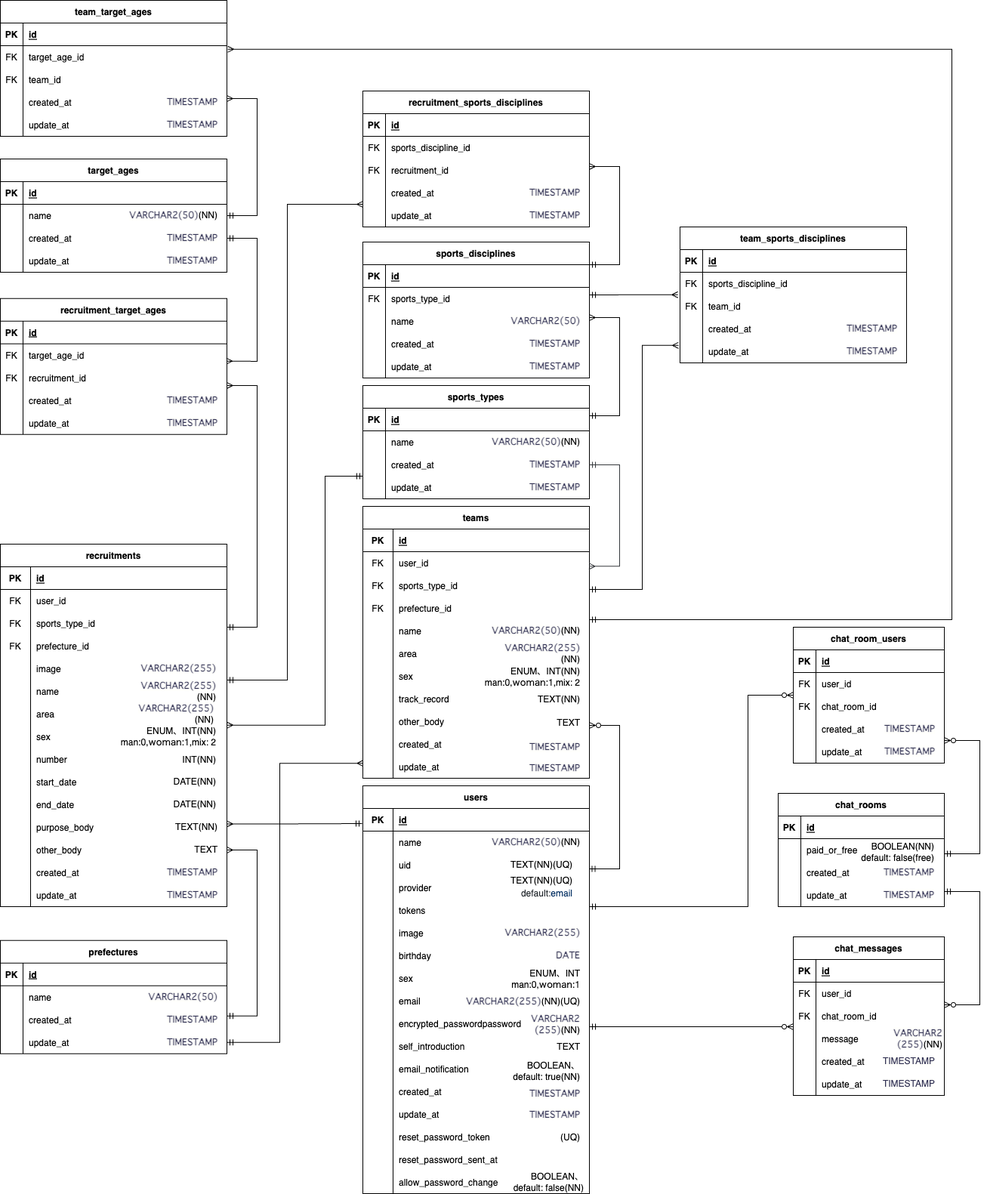
Before: drawing/er図.png, a diagram exported from draw.io (toshinori-m/stay_connect). Source tidied: cells renumbered, new cells last; positions are measured from the earlier drawing's top-left corner, leaving out a move shared by most shapes.
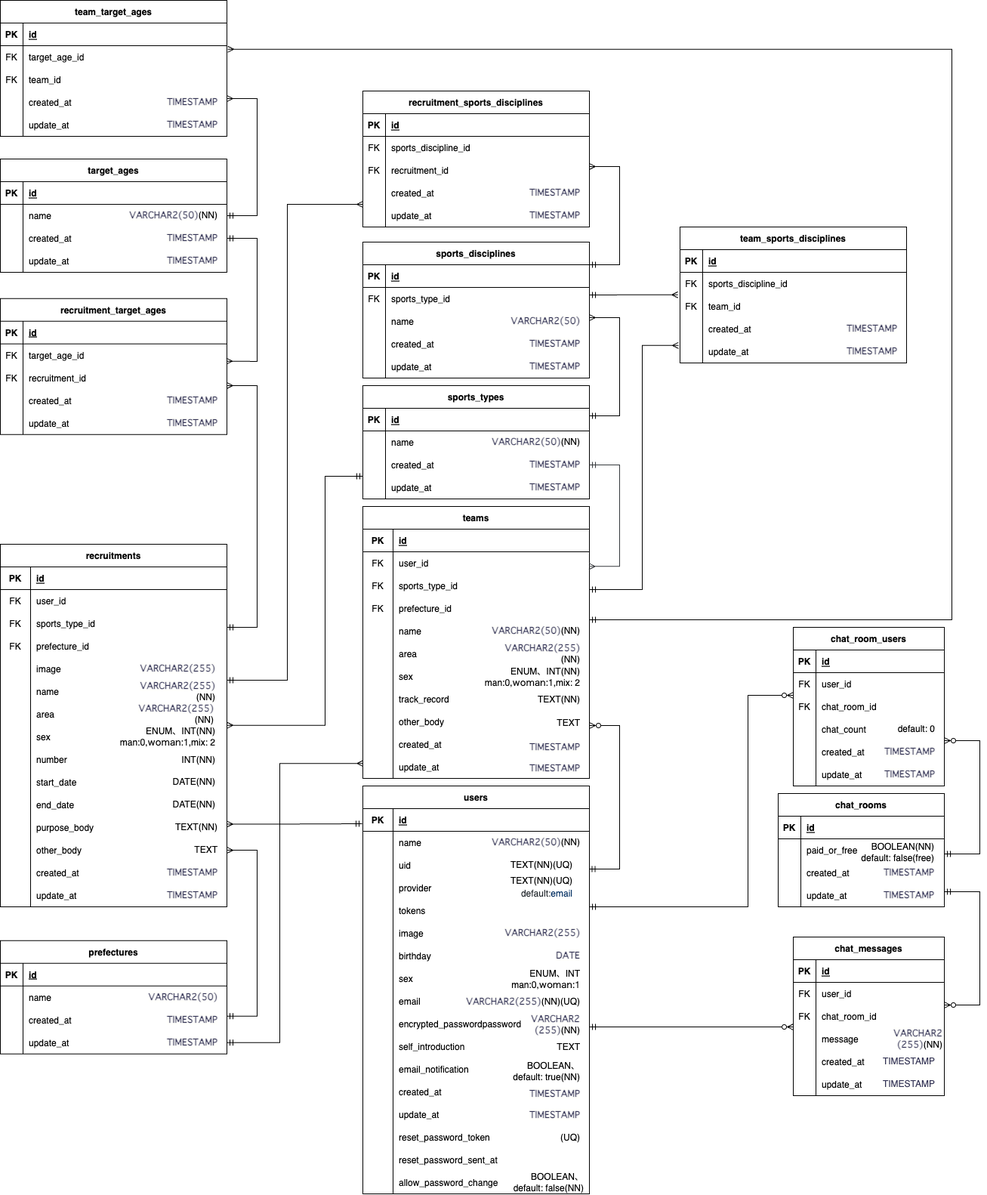
The same file after the commit.

Commit message:
カラム追加によるer図修正

What changed in the source:
```diff
@@ -370,7 +370,7 @@
       <mxGeometry x="1120" y="1420" width="120" height="30" as="geometry" />
     </mxCell>
     <mxCell id="122" value="chat_room_users" style="shape=table;startSize=30;rowLines=0;fontStyle=1;align=center;" parent="1" vertex="1">
-      <mxGeometry x="1050" y="830" width="200" height="180" as="geometry" />
+      <mxGeometry x="1050" y="830" width="200" height="210" as="geometry" />
     </mxCell>
     <mxCell id="123" style="shape=tableRow;horizontal=0;startSize=0;swimlaneHead=0;swimlaneBody=0;fillColor=none;top=0;left=0;right=0;bottom=1;" parent="122" vertex="1">
       <mxGeometry y="30" width="200" height="30" as="geometry" />
@@ -399,8 +399,17 @@
     <mxCell id="131" value="chat_room_id" style="shape=partialRectangle;fillColor=none;top=0;left=0;bottom=0;right=0;align=left;spacingLeft=6;overflow=hidden;" parent="129" vertex="1">
       <mxGeometry x="30" width="170" height="30" as="geometry" />
     </mxCell>
+    <mxCell id="382" style="shape=tableRow;horizontal=0;startSize=0;swimlaneHead=0;swimlaneBody=0;fillColor=none;top=0;left=0;right=0;bottom=0;" parent="122" vertex="1">
+      <mxGeometry y="120" width="200" height="30" as="geometry" />
+    </mxCell>
+    <mxCell id="383" style="shape=partialRectangle;fillColor=none;top=0;left=0;bottom=0;right=0;overflow=hidden;" parent="382" vertex="1">
+      <mxGeometry width="30" height="30" as="geometry" />
+    </mxCell>
+    <mxCell id="384" value="chat_count" style="shape=partialRectangle;fillColor=none;top=0;left=0;bottom=0;right=0;align=left;spacingLeft=6;overflow=hidden;" parent="382" vertex="1">
+      <mxGeometry x="30" width="170" height="30" as="geometry" />
+    </mxCell>
     <mxCell id="132" style="shape=tableRow;horizontal=0;startSize=0;swimlaneHead=0;swimlaneBody=0;fillColor=none;top=0;left=0;right=0;bottom=0;" parent="122" vertex="1">
-      <mxGeometry y="120" width="200" height="30" as="geometry" />
+      <mxGeometry y="150" width="200" height="30" as="geometry" />
     </mxCell>
     <mxCell id="133" style="shape=partialRectangle;fillColor=none;top=0;left=0;bottom=0;right=0;overflow=hidden;" parent="132" vertex="1">
       <mxGeometry width="30" height="30" as="geometry" />
@@ -409,7 +418,7 @@
       <mxGeometry x="30" width="170" height="30" as="geometry" />
     </mxCell>
     <mxCell id="135" style="shape=tableRow;horizontal=0;startSize=0;swimlaneHead=0;swimlaneBody=0;fillColor=none;top=0;left=0;right=0;bottom=0;" parent="122" vertex="1">
-      <mxGeometry y="150" width="200" height="30" as="geometry" />
+      <mxGeometry y="180" width="200" height="30" as="geometry" />
     </mxCell>
     <mxCell id="136" style="shape=partialRectangle;fillColor=none;top=0;left=0;bottom=0;right=0;overflow=hidden;" parent="135" vertex="1">
       <mxGeometry width="30" height="30" as="geometry" />
@@ -418,10 +427,10 @@
       <mxGeometry x="30" width="170" height="30" as="geometry" />
     </mxCell>
     <mxCell id="138" value="&lt;span style=&quot;color: rgb(51, 51, 85); font-family: メイリオ, Meiryo, Osaka, &amp;quot;ＭＳ Ｐゴシック&amp;quot;, &amp;quot;MS PGothic&amp;quot;, &amp;quot;ヒラギノ角ゴシック Pro&amp;quot;, &amp;quot;Hiragino Kaku Gothic Pro&amp;quot;, sans-serif; font-style: normal; font-variant-ligatures: normal; font-variant-caps: normal; font-weight: 700; letter-spacing: normal; orphans: 2; text-indent: 0px; text-transform: none; widows: 2; word-spacing: 0px; -webkit-text-stroke-width: 0px; background-color: rgb(255, 255, 252); text-decoration-thickness: initial; text-decoration-style: initial; text-decoration-color: initial; float: none; display: inline !important;&quot;&gt;&lt;font style=&quot;font-size: 12px;&quot;&gt;TIMESTAMP&lt;/font&gt;&lt;/span&gt;" style="rounded=0;whiteSpace=wrap;html=1;fillColor=none;strokeColor=none;align=right;" parent="1" vertex="1">
-      <mxGeometry x="1120" y="950" width="120" height="30" as="geometry" />
+      <mxGeometry x="1120" y="980" width="120" height="30" as="geometry" />
     </mxCell>
     <mxCell id="139" value="&lt;span style=&quot;color: rgb(51, 51, 85); font-family: メイリオ, Meiryo, Osaka, &amp;quot;ＭＳ Ｐゴシック&amp;quot;, &amp;quot;MS PGothic&amp;quot;, &amp;quot;ヒラギノ角ゴシック Pro&amp;quot;, &amp;quot;Hiragino Kaku Gothic Pro&amp;quot;, sans-serif; font-style: normal; font-variant-ligatures: normal; font-variant-caps: normal; font-weight: 700; letter-spacing: normal; orphans: 2; text-indent: 0px; text-transform: none; widows: 2; word-spacing: 0px; -webkit-text-stroke-width: 0px; background-color: rgb(255, 255, 252); text-decoration-thickness: initial; text-decoration-style: initial; text-decoration-color: initial; float: none; display: inline !important;&quot;&gt;&lt;font style=&quot;font-size: 12px;&quot;&gt;TIMESTAMP&lt;/font&gt;&lt;/span&gt;" style="rounded=0;whiteSpace=wrap;html=1;fillColor=none;strokeColor=none;align=right;" parent="1" vertex="1">
-      <mxGeometry x="1120" y="980" width="120" height="30" as="geometry" />
+      <mxGeometry x="1120" y="1010" width="120" height="30" as="geometry" />
     </mxCell>
     <mxCell id="140" style="edgeStyle=orthogonalEdgeStyle;fontSize=12;html=1;endArrow=ERzeroToMany;startArrow=ERmandOne;rounded=0;fillColor=none;" parent="1" edge="1">
       <mxGeometry relative="1" as="geometry">
@@ -1265,5 +1274,8 @@
     <mxCell id="381" value="&lt;span style=&quot;color: rgb(51, 51, 85); font-family: メイリオ, Meiryo, Osaka, &amp;quot;ＭＳ Ｐゴシック&amp;quot;, &amp;quot;MS PGothic&amp;quot;, &amp;quot;ヒラギノ角ゴシック Pro&amp;quot;, &amp;quot;Hiragino Kaku Gothic Pro&amp;quot;, sans-serif; font-style: normal; font-variant-ligatures: normal; font-variant-caps: normal; font-weight: 700; letter-spacing: normal; orphans: 2; text-indent: 0px; text-transform: none; widows: 2; word-spacing: 0px; -webkit-text-stroke-width: 0px; background-color: rgb(255, 255, 252); text-decoration-thickness: initial; text-decoration-style: initial; text-decoration-color: initial; float: none; display: inline !important;&quot;&gt;&lt;font style=&quot;font-size: 12px;&quot;&gt;VARCHAR2&lt;br&gt;(255)&lt;/font&gt;&lt;/span&gt;(NN)" style="rounded=0;whiteSpace=wrap;html=1;fillColor=none;strokeColor=none;align=right;" parent="1" vertex="1">
       <mxGeometry x="1090" y="1360" width="160" height="30" as="geometry" />
     </mxCell>
+    <mxCell id="385" value="&lt;div style=&quot;color: rgb(36, 41, 46); background-color: rgb(255, 255, 255); font-family: &amp;quot;Ricty Diminished&amp;quot;, Menlo, Monaco, &amp;quot;Courier New&amp;quot;, monospace; line-height: 18px;&quot;&gt;&lt;span style=&quot;color: rgb(0, 0, 0); font-family: Helvetica; background-color: rgb(251, 251, 251);&quot;&gt;default: 0&lt;/span&gt;&lt;br&gt;&lt;/div&gt;" style="rounded=0;whiteSpace=wrap;html=1;fillColor=none;strokeColor=none;align=right;" parent="1" vertex="1">
+      <mxGeometry x="1120" y="950" width="120" height="30" as="geometry" />
+    </mxCell>
   </root>
 </mxGraphModel>
```
